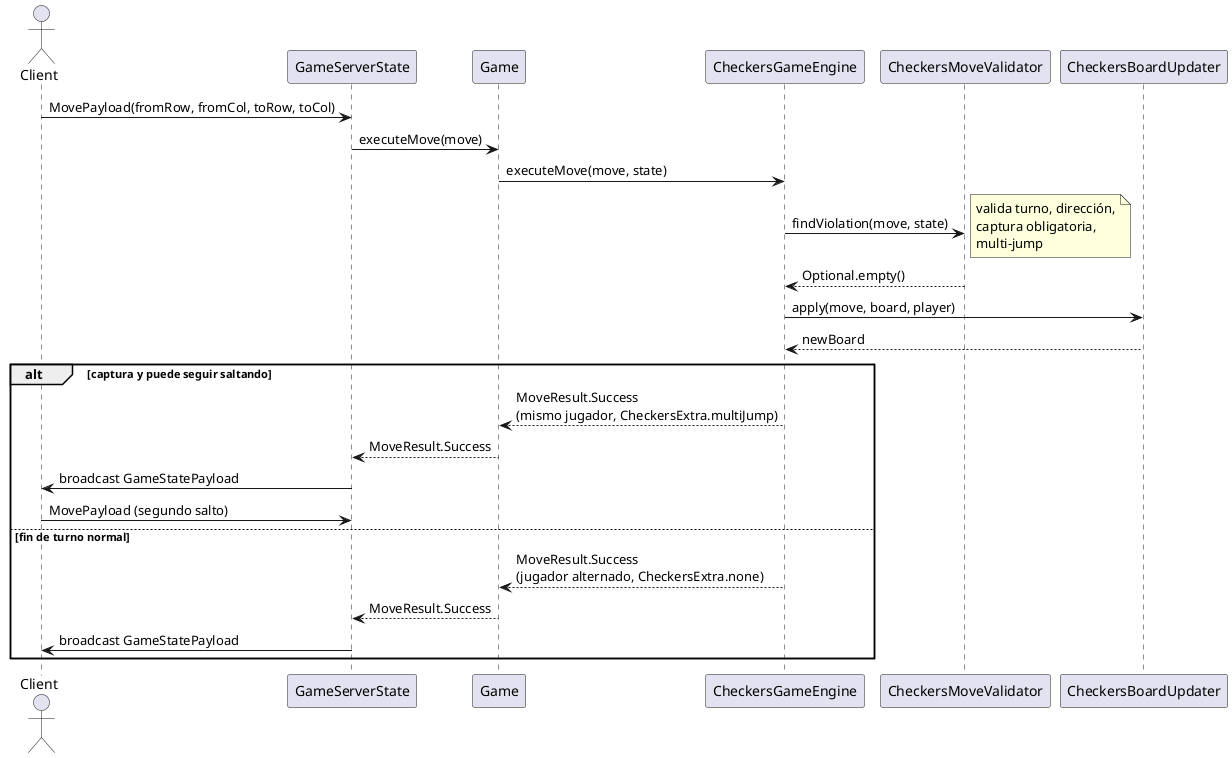
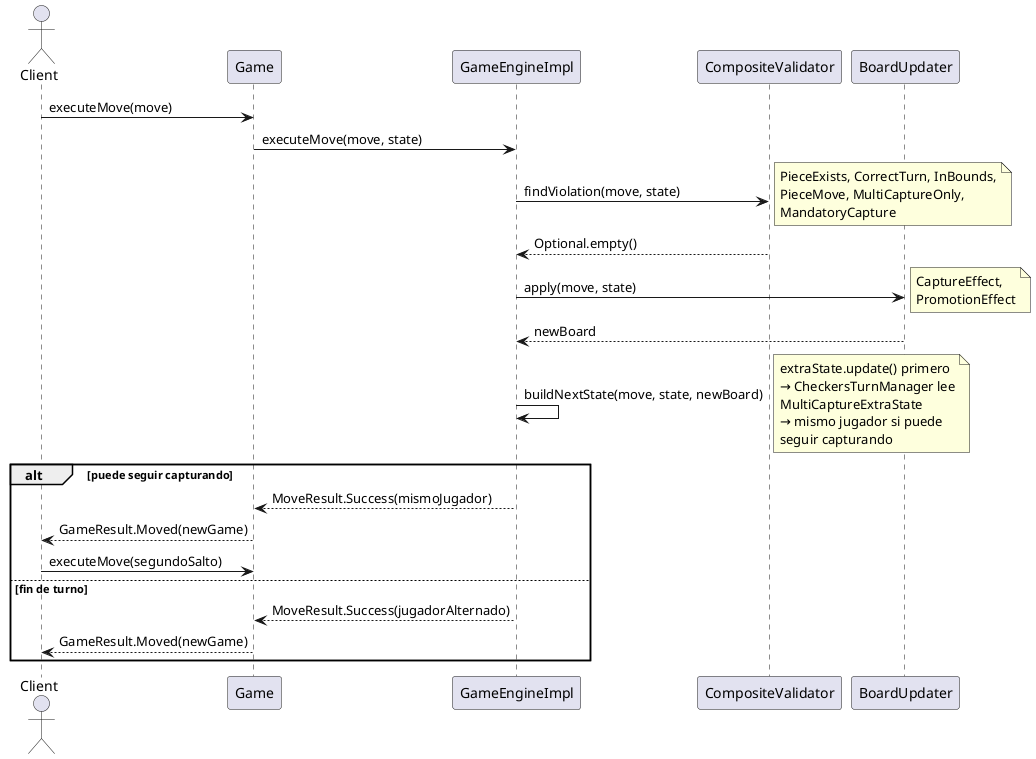
@startuml checkers-sequence-diagram

actor Client
- participant GameServerState
participant Game
- participant CheckersGameEngine
- participant CheckersMoveValidator
- participant CheckersBoardUpdater
+ participant GameEngineImpl
+ participant CompositeValidator
+ participant BoardUpdater

- Client -> GameServerState : MovePayload(fromRow, fromCol, toRow, toCol)
- GameServerState -> Game : executeMove(move)
- Game -> CheckersGameEngine : executeMove(move, state)
+ Client -> Game : executeMove(move)
+ Game -> GameEngineImpl : executeMove(move, state)

- CheckersGameEngine -> CheckersMoveValidator : findViolation(move, state)
- note right : valida turno, dirección,\ncaptura obligatoria,\nmulti-jump
- CheckersMoveValidator --> CheckersGameEngine : Optional.empty()
+ GameEngineImpl -> CompositeValidator : findViolation(move, state)
+ note right : PieceExists, CorrectTurn, InBounds,\nPieceMove, MultiCaptureOnly,\nMandatoryCapture
+ CompositeValidator --> GameEngineImpl : Optional.empty()

- CheckersGameEngine -> CheckersBoardUpdater : apply(move, board, player)
- CheckersBoardUpdater --> CheckersGameEngine : newBoard
+ GameEngineImpl -> BoardUpdater : apply(move, state)
+ note right : CaptureEffect,\nPromotionEffect
+ BoardUpdater --> GameEngineImpl : newBoard

- alt captura y puede seguir saltando
-   CheckersGameEngine --> Game : MoveResult.Success\n(mismo jugador, CheckersExtra.multiJump)
-   Game --> GameServerState : MoveResult.Success
-   GameServerState -> Client : broadcast GameStatePayload
-   Client -> GameServerState : MovePayload (segundo salto)
- else fin de turno normal
-   CheckersGameEngine --> Game : MoveResult.Success\n(jugador alternado, CheckersExtra.none)
-   Game --> GameServerState : MoveResult.Success
-   GameServerState -> Client : broadcast GameStatePayload
+ GameEngineImpl -> GameEngineImpl : buildNextState(move, state, newBoard)
+ note right : extraState.update() primero\n→ CheckersTurnManager lee\nMultiCaptureExtraState\n→ mismo jugador si puede\nseguir capturando
+ 
+ alt puede seguir capturando
+   GameEngineImpl --> Game : MoveResult.Success(mismoJugador)
+   Game --> Client : GameResult.Moved(newGame)
+   Client -> Game : executeMove(segundoSalto)
+ else fin de turno
+   GameEngineImpl --> Game : MoveResult.Success(jugadorAlternado)
+   Game --> Client : GameResult.Moved(newGame)
end

@enduml